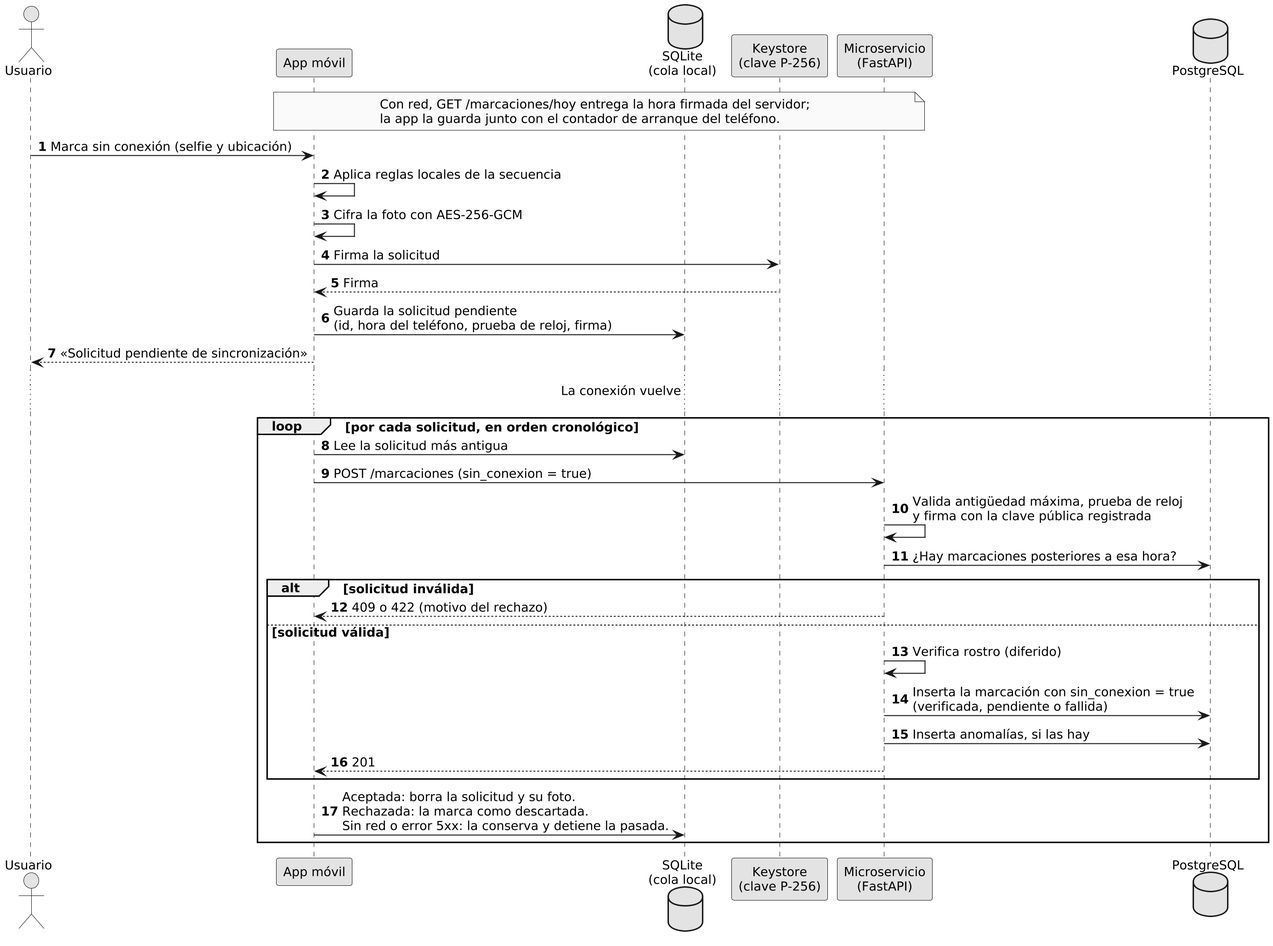
This is docs/tesis/capitulo4/F4_secuencia_sin_conexion.png from susisalan-maker/sistema-asistencia-unemi, a PlantUML export, as it was before one commit. Source of this version:
```plantuml
@startuml
skinparam monochrome true
skinparam shadowing false
skinparam defaultFontName "DejaVu Sans"
skinparam defaultFontSize 13
skinparam dpi 200
skinparam sequenceMessageAlign left
autonumber
actor "Usuario" as U
participant "App móvil" as App
database "SQLite\n(cola local)" as SQL
participant "Keystore\n(clave P-256)" as KS
participant "Microservicio\n(FastAPI)" as MS
database "PostgreSQL" as DB

note over App, MS : Con red, GET /marcaciones/hoy entrega la hora firmada del servidor;\nla app la guarda junto con el contador de arranque del teléfono.
U -> App : Marca sin conexión (selfie y ubicación)
App -> App : Aplica reglas locales de la secuencia
App -> App : Cifra la foto con AES-256-GCM
App -> KS : Firma la solicitud
KS --> App : Firma
App -> SQL : Guarda la solicitud pendiente\n(id, hora del teléfono, prueba de reloj, firma)
App --> U : «Solicitud pendiente de sincronización»
... La conexión vuelve ...
loop por cada solicitud, en orden cronológico
  App -> SQL : Lee la solicitud más antigua
  App -> MS : POST /marcaciones (sin_conexion = true)
  MS -> MS : Valida antigüedad máxima, prueba de reloj\ny firma con la clave pública registrada
  MS -> DB : ¿Hay marcaciones posteriores a esa hora?
  alt solicitud inválida
    MS --> App : 409 o 422 (motivo del rechazo)
  else solicitud válida
    MS -> MS : Verifica rostro (diferido)
    MS -> DB : Inserta la marcación con sin_conexion = true\n(verificada, pendiente o fallida)
    MS -> DB : Inserta anomalías, si las hay
    MS --> App : 201
  end
  App -> SQL : Aceptada: borra la solicitud y su foto.\nRechazada: la marca como descartada.\nSin red o error 5xx: la conserva y detiene la pasada.
end
@enduml
```
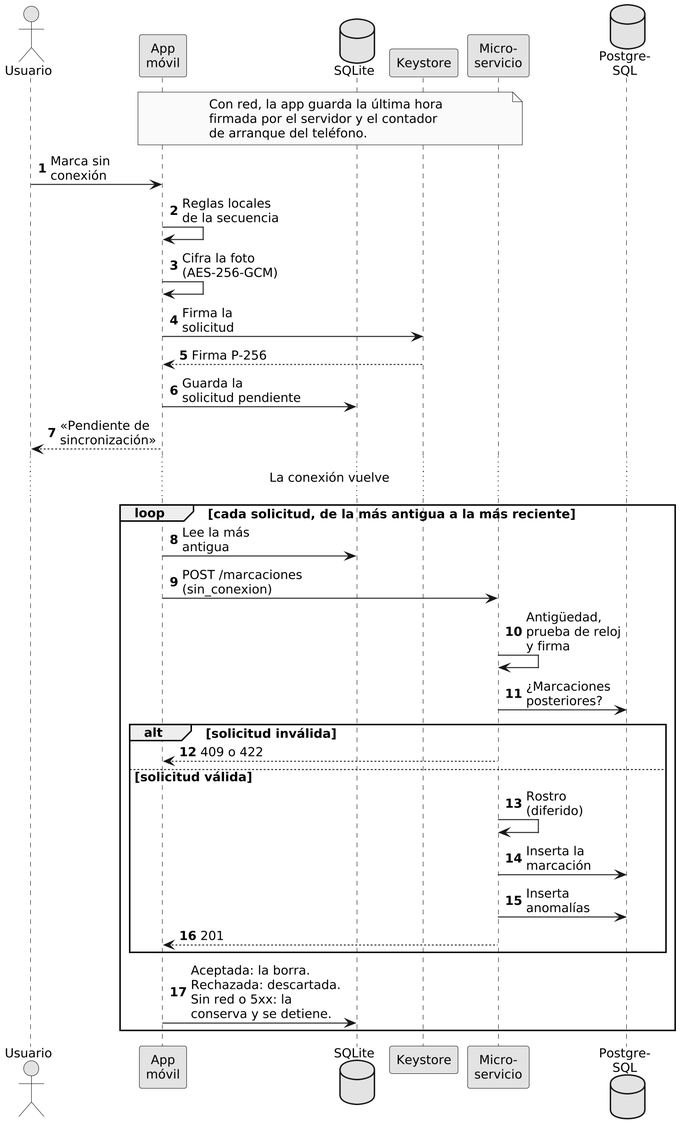
The same diagram one commit later.

Change to the diagram source:
```diff
@@ -1,40 +1,36 @@
 @startuml
-skinparam monochrome true
-skinparam shadowing false
-skinparam defaultFontName "DejaVu Sans"
-skinparam defaultFontSize 13
-skinparam dpi 200
+!include comun.iuml
 skinparam sequenceMessageAlign left
 autonumber
 actor "Usuario" as U
-participant "App móvil" as App
-database "SQLite\n(cola local)" as SQL
-participant "Keystore\n(clave P-256)" as KS
-participant "Microservicio\n(FastAPI)" as MS
-database "PostgreSQL" as DB
+participant "App\nmóvil" as App
+database "SQLite" as SQL
+participant "Keystore" as KS
+participant "Micro-\nservicio" as MS
+database "Postgre-\nSQL" as DB
 
-note over App, MS : Con red, GET /marcaciones/hoy entrega la hora firmada del servidor;\nla app la guarda junto con el contador de arranque del teléfono.
-U -> App : Marca sin conexión (selfie y ubicación)
-App -> App : Aplica reglas locales de la secuencia
-App -> App : Cifra la foto con AES-256-GCM
-App -> KS : Firma la solicitud
-KS --> App : Firma
-App -> SQL : Guarda la solicitud pendiente\n(id, hora del teléfono, prueba de reloj, firma)
-App --> U : «Solicitud pendiente de sincronización»
+note over App, MS : Con red, la app guarda la última hora\nfirmada por el servidor y el contador\nde arranque del teléfono.
+U -> App : Marca sin\nconexión
+App -> App : Reglas locales\nde la secuencia
+App -> App : Cifra la foto\n(AES-256-GCM)
+App -> KS : Firma la\nsolicitud
+KS --> App : Firma P-256
+App -> SQL : Guarda la\nsolicitud pendiente
+App --> U : «Pendiente de\nsincronización»
 ... La conexión vuelve ...
-loop por cada solicitud, en orden cronológico
-  App -> SQL : Lee la solicitud más antigua
-  App -> MS : POST /marcaciones (sin_conexion = true)
-  MS -> MS : Valida antigüedad máxima, prueba de reloj\ny firma con la clave pública registrada
-  MS -> DB : ¿Hay marcaciones posteriores a esa hora?
+loop cada solicitud, de la más antigua a la más reciente
+  App -> SQL : Lee la más\nantigua
+  App -> MS : POST /marcaciones\n(sin_conexion)
+  MS -> MS : Antigüedad,\nprueba de reloj\ny firma
+  MS -> DB : ¿Marcaciones\nposteriores?
   alt solicitud inválida
-    MS --> App : 409 o 422 (motivo del rechazo)
+    MS --> App : 409 o 422
   else solicitud válida
-    MS -> MS : Verifica rostro (diferido)
-    MS -> DB : Inserta la marcación con sin_conexion = true\n(verificada, pendiente o fallida)
-    MS -> DB : Inserta anomalías, si las hay
+    MS -> MS : Rostro\n(diferido)
+    MS -> DB : Inserta la\nmarcación
+    MS -> DB : Inserta\nanomalías
     MS --> App : 201
   end
-  App -> SQL : Aceptada: borra la solicitud y su foto.\nRechazada: la marca como descartada.\nSin red o error 5xx: la conserva y detiene la pasada.
+  App -> SQL : Aceptada: la borra.\nRechazada: descartada.\nSin red o 5xx: la\nconserva y se detiene.
 end
 @enduml
```
